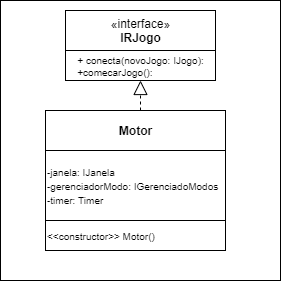
This is ProjetoFinal/assets/InterfaceRJogo.png from gabrielmelo00/OOP_Final_Projects, a draw.io export, as it was before one commit. Source tidied: cells renumbered, new cells last; positions are measured from the earlier drawing's top-left corner, leaving out a move shared by most shapes. Its diagram source:
```xml
<mxGraphModel>
  <root>
    <mxCell id="0" />
    <mxCell id="1" parent="0" />
    <mxCell id="2" style="whiteSpace=wrap;html=1;" parent="1" vertex="1">
      <mxGeometry width="280" height="280" as="geometry" />
    </mxCell>
    <mxCell id="3" value="«interface»&lt;br&gt;&lt;b&gt;IRJogo&lt;/b&gt;" style="html=1;fillColor=#ffffff;" parent="1" vertex="1">
      <mxGeometry x="65" y="10" width="150" height="40" as="geometry" />
    </mxCell>
    <mxCell id="4" value="&lt;div style=&quot;text-align: left&quot;&gt;&lt;span style=&quot;font-size: 10px&quot;&gt;+ conecta(novoJogo: IJogo):&lt;/span&gt;&lt;/div&gt;&lt;font style=&quot;font-size: 10px&quot;&gt;&lt;div style=&quot;text-align: left&quot;&gt;&lt;span&gt;+comecarJogo():&amp;nbsp;&lt;/span&gt;&lt;/div&gt;&lt;/font&gt;" style="html=1;fillColor=#ffffff;" parent="1" vertex="1">
      <mxGeometry x="65" y="50" width="150" height="30" as="geometry" />
    </mxCell>
    <mxCell id="5" style="endArrow=block;dashed=1;endFill=0;endSize=12;html=1;entryX=0.5;entryY=1;entryDx=0;entryDy=0;exitX=0.5;exitY=0;exitDx=0;exitDy=0;" parent="1" edge="1" target="4">
      <mxGeometry relative="1" as="geometry">
        <mxPoint x="140" y="110" as="sourcePoint" />
      </mxGeometry>
    </mxCell>
    <mxCell id="6" value="&lt;b&gt;Motor&lt;/b&gt;" style="html=1;fillColor=#ffffff;" parent="1" vertex="1">
      <mxGeometry x="45" y="110" width="180" height="40" as="geometry" />
    </mxCell>
    <mxCell id="7" value="&lt;font style=&quot;font-size: 10px&quot;&gt;-janela: IJanela&lt;br&gt;-gerenciadorModo: IGerenciadoModos&lt;br&gt;-timer: Timer&lt;br&gt;&lt;/font&gt;" style="html=1;fillColor=#ffffff;align=left;" parent="1" vertex="1">
      <mxGeometry x="45" y="150" width="180" height="70" as="geometry" />
    </mxCell>
    <mxCell id="8" value="&lt;font style=&quot;font-size: 10px&quot;&gt;&amp;lt;&amp;lt;constructor&amp;gt;&amp;gt; Motor()&lt;br&gt;&lt;/font&gt;" style="html=1;fillColor=#ffffff;align=left;" parent="1" vertex="1">
      <mxGeometry x="45" y="220" width="180" height="30" as="geometry" />
    </mxCell>
  </root>
</mxGraphModel>
```
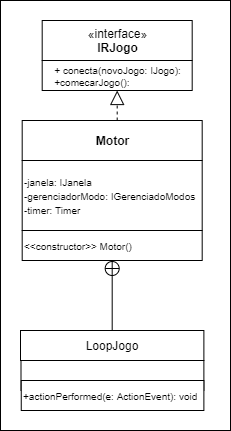
After the commit.

Change to the diagram source:
```diff
@@ -2,20 +2,20 @@
   <root>
     <mxCell id="0" />
     <mxCell id="1" parent="0" />
-    <mxCell id="2" style="whiteSpace=wrap;html=1;" parent="1" vertex="1">
-      <mxGeometry width="280" height="280" as="geometry" />
-    </mxCell>
+    <mxCell id="9" style="rounded=0;whiteSpace=wrap;html=1;" parent="1" vertex="1">
+      <mxGeometry x="23.3" y="-10" width="230" height="430" as="geometry" />
+    </mxCell>
     <mxCell id="3" value="«interface»&lt;br&gt;&lt;b&gt;IRJogo&lt;/b&gt;" style="html=1;fillColor=#ffffff;" parent="1" vertex="1">
       <mxGeometry x="65" y="10" width="150" height="40" as="geometry" />
     </mxCell>
     <mxCell id="4" value="&lt;div style=&quot;text-align: left&quot;&gt;&lt;span style=&quot;font-size: 10px&quot;&gt;+ conecta(novoJogo: IJogo):&lt;/span&gt;&lt;/div&gt;&lt;font style=&quot;font-size: 10px&quot;&gt;&lt;div style=&quot;text-align: left&quot;&gt;&lt;span&gt;+comecarJogo():&amp;nbsp;&lt;/span&gt;&lt;/div&gt;&lt;/font&gt;" style="html=1;fillColor=#ffffff;" parent="1" vertex="1">
       <mxGeometry x="65" y="50" width="150" height="30" as="geometry" />
     </mxCell>
-    <mxCell id="5" style="endArrow=block;dashed=1;endFill=0;endSize=12;html=1;entryX=0.5;entryY=1;entryDx=0;entryDy=0;exitX=0.5;exitY=0;exitDx=0;exitDy=0;" parent="1" edge="1" target="4">
-      <mxGeometry relative="1" as="geometry">
-        <mxPoint x="140" y="110" as="sourcePoint" />
-      </mxGeometry>
-    </mxCell>
+    <mxCell id="10" style="endArrow=block;dashed=1;endFill=0;endSize=12;html=1;entryX=0.5;entryY=1;entryDx=0;entryDy=0;exitX=0.5;exitY=0;exitDx=0;exitDy=0;" parent="1" edge="1" target="4">
+      <mxGeometry relative="1" as="geometry">
+        <mxPoint x="140" y="110" as="sourcePoint" />
+      </mxGeometry>
+    </mxCell>
     <mxCell id="6" value="&lt;b&gt;Motor&lt;/b&gt;" style="html=1;fillColor=#ffffff;" parent="1" vertex="1">
       <mxGeometry x="45" y="110" width="180" height="40" as="geometry" />
     </mxCell>
@@ -25,5 +25,20 @@
     <mxCell id="8" value="&lt;font style=&quot;font-size: 10px&quot;&gt;&amp;lt;&amp;lt;constructor&amp;gt;&amp;gt; Motor()&lt;br&gt;&lt;/font&gt;" style="html=1;fillColor=#ffffff;align=left;" parent="1" vertex="1">
       <mxGeometry x="45" y="220" width="180" height="30" as="geometry" />
     </mxCell>
+    <mxCell id="11" style="edgeStyle=orthogonalEdgeStyle;rounded=0;jettySize=auto;html=1;entryX=0.5;entryY=1;entryDx=0;entryDy=0;endArrow=circlePlus;endFill=0;" parent="1" edge="1" source="12" target="8">
+      <mxGeometry relative="1" as="geometry" />
+    </mxCell>
+    <mxCell id="12" style="rounded=0;whiteSpace=wrap;html=1;fillColor=#ffffff;" parent="1" vertex="1">
+      <mxGeometry x="43.3" y="320" width="183.4" height="30" as="geometry" />
+    </mxCell>
+    <mxCell id="13" value="LoopJogo" style="text;html=1;strokeColor=none;fillColor=none;align=center;verticalAlign=middle;whiteSpace=wrap;rounded=0;" parent="1" vertex="1">
+      <mxGeometry x="115" y="325" width="40" height="20" as="geometry" />
+    </mxCell>
+    <mxCell id="14" value="&lt;div&gt;&lt;br&gt;&lt;/div&gt;&lt;font size=&quot;1&quot;&gt;&lt;br&gt;&lt;/font&gt;" style="rounded=0;whiteSpace=wrap;html=1;fillColor=#ffffff;align=left;" parent="1" vertex="1">
+      <mxGeometry x="43.8" y="350" width="182.9" height="30" as="geometry" />
+    </mxCell>
+    <mxCell id="15" value="&lt;font size=&quot;1&quot;&gt;+actionPerformed(e: ActionEvent): void&lt;/font&gt;" style="rounded=0;whiteSpace=wrap;html=1;fillColor=#ffffff;align=left;" parent="1" vertex="1">
+      <mxGeometry x="44.1" y="370" width="182.6" height="30" as="geometry" />
+    </mxCell>
   </root>
 </mxGraphModel>
```
